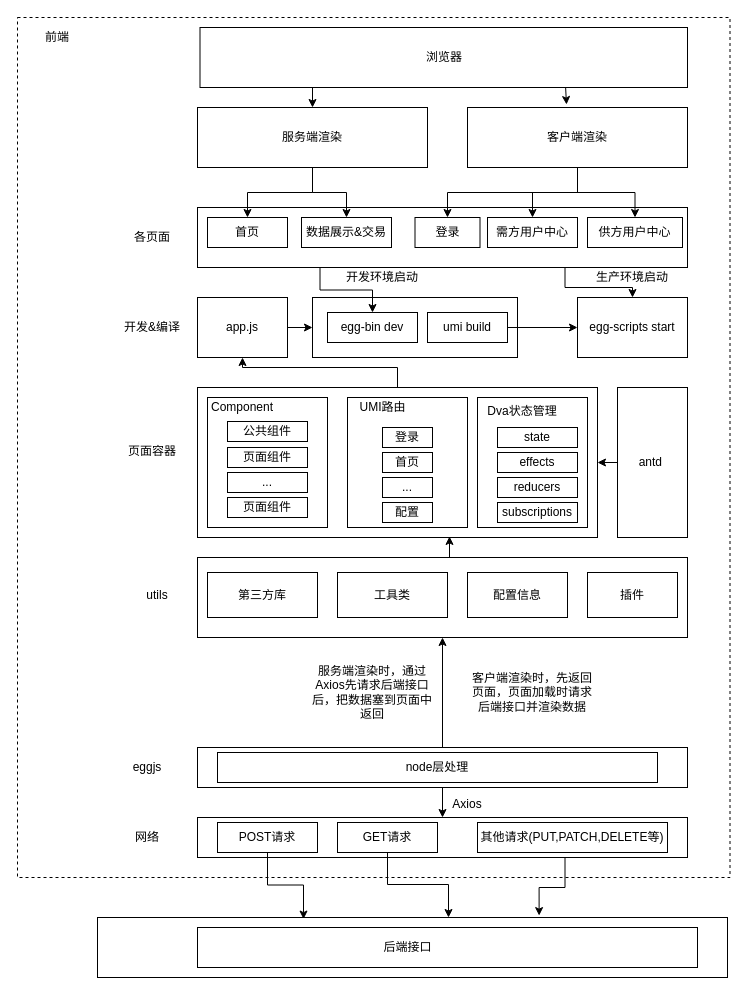
This is frontend.drawio from flatpig/MyDoc, a draw.io file, before an edit. Source tidied: cells renumbered, new cells numbered last; positions are measured from the earlier drawing's top-left corner, leaving out a move shared by most shapes. Both pictures are drawn from the tidied source at 100%, with x=0, y=0 at pixel (17, 17).
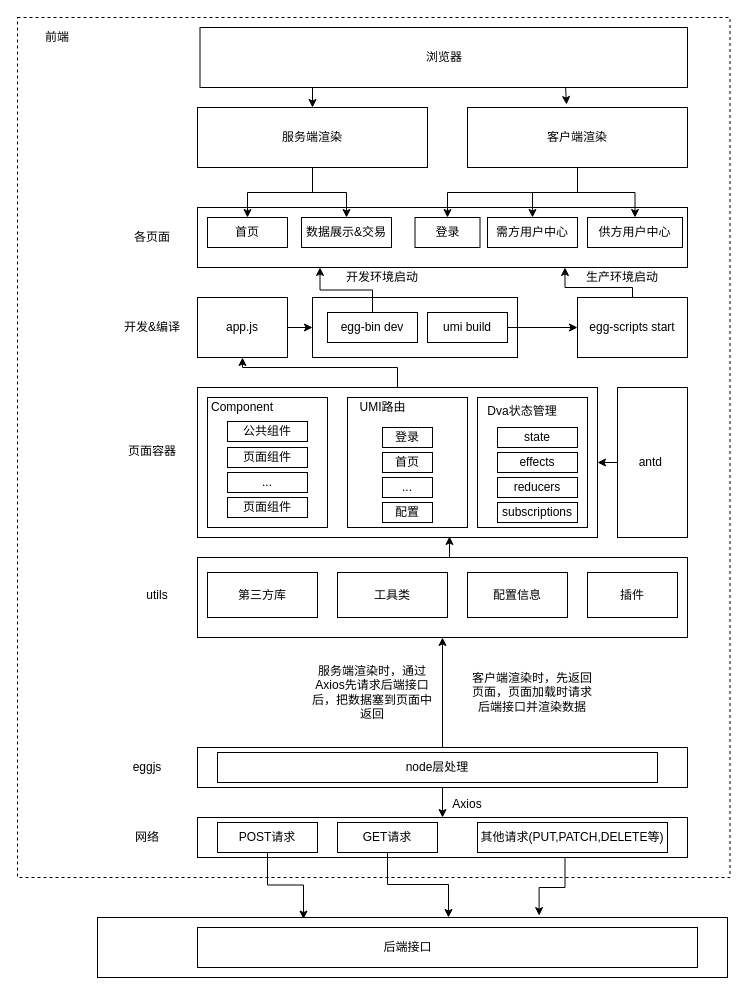
After the change.

The change refers to these unchanged cells:
```xml
<mxCell id="47" value="egg-bin dev" style="rounded=0;whiteSpace=wrap;html=1;" parent="1" vertex="1">
  <mxGeometry x="310" y="295" width="90" height="30" as="geometry" />
</mxCell>
<mxCell id="50" value="egg-scripts start" style="rounded=0;whiteSpace=wrap;html=1;" parent="1" vertex="1">
  <mxGeometry x="560" y="280" width="110" height="60" as="geometry" />
</mxCell>
<mxCell id="53" style="rounded=0;whiteSpace=wrap;html=1;" parent="1" vertex="1">
  <mxGeometry x="180" y="190" width="490" height="60" as="geometry" />
</mxCell>
```

What changed in the source:
```diff
@@
+    <mxCell id="82" style="edgeStyle=orthogonalEdgeStyle;rounded=0;jettySize=auto;html=1;exitX=0.5;exitY=0;exitDx=0;exitDy=0;entryX=0.25;entryY=1;entryDx=0;entryDy=0;" parent="1" edge="1" source="47" target="53">
+      <mxGeometry relative="1" as="geometry" />
+    </mxCell>
@@
+    <mxCell id="83" style="edgeStyle=orthogonalEdgeStyle;rounded=0;jettySize=auto;html=1;exitX=0.5;exitY=0;exitDx=0;exitDy=0;entryX=0.75;entryY=1;entryDx=0;entryDy=0;" parent="1" edge="1" source="50" target="53">
+      <mxGeometry relative="1" as="geometry">
+        <Array as="points">
+          <mxPoint x="615" y="270" />
+          <mxPoint x="548" y="270" />
+        </Array>
+      </mxGeometry>
+    </mxCell>
@@
-    <mxCell id="51" style="edgeStyle=orthogonalEdgeStyle;rounded=0;jettySize=auto;html=1;exitX=0.25;exitY=1;exitDx=0;exitDy=0;entryX=0.5;entryY=0;entryDx=0;entryDy=0;" parent="1" edge="1" source="53" target="47">
-      <mxGeometry relative="1" as="geometry" />
-    </mxCell>
-    <mxCell id="52" style="edgeStyle=orthogonalEdgeStyle;rounded=0;jettySize=auto;html=1;exitX=0.75;exitY=1;exitDx=0;exitDy=0;entryX=0.5;entryY=0;entryDx=0;entryDy=0;" parent="1" edge="1" source="53" target="50">
-      <mxGeometry relative="1" as="geometry" />
-    </mxCell>
@@
-    <mxCell id="67" value="登录" style="rounded=0;whiteSpace=wrap;html=1;" parent="1" vertex="1">
+    <mxCell id="67" value="登录" style="rounded=0;whiteSpace=wrap;html=1;sketch=0;" parent="1" vertex="1">
       <mxGeometry x="397.5" y="200" width="65" height="30" as="geometry" />
     </mxCell>
@@
     <mxCell id="72" value="生产环境启动" style="text;html=1;strokeColor=none;fillColor=none;align=center;verticalAlign=middle;whiteSpace=wrap;rounded=0;" parent="1" vertex="1">
-      <mxGeometry x="570" y="250" width="90" height="20" as="geometry" />
+      <mxGeometry x="560" y="250" width="90" height="20" as="geometry" />
     </mxCell>
```
